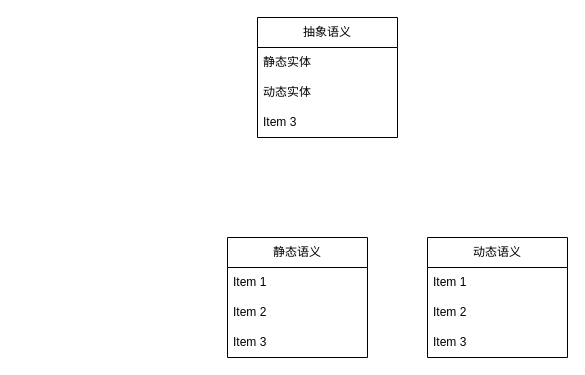
cyxm/CodeGenerator keeps this draw.io diagram as page "语义" (2 of 5) of base_model/实体和语言.drawio. Above is the earlier version. Source tidied: cells renumbered, new cells numbered last; positions are measured from the earlier drawing's top-left corner, leaving out a move shared by most shapes. Both pictures are drawn from the tidied source at 100%, with x=0, y=0 at pixel (227, 17).
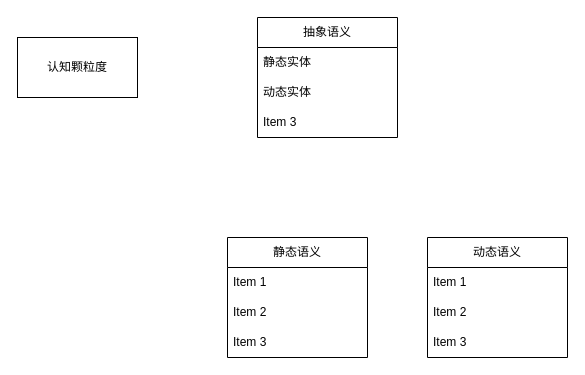
Above is the later version.

The edit, as a diff of the source:
```diff
@@
 <mxGraphModel>
   <root>
     <mxCell id="0" />
     <mxCell id="1" parent="0" />
     <mxCell id="2" value="静态语义" style="swimlane;fontStyle=0;horizontal=1;startSize=30;whiteSpace=wrap;html=1;" parent="1" vertex="1">
       <mxGeometry y="220" width="140" height="120" as="geometry" />
     </mxCell>
     <mxCell id="3" value="Item 1" style="text;strokeColor=none;fillColor=none;align=left;verticalAlign=middle;spacingLeft=4;spacingRight=4;overflow=hidden;whiteSpace=wrap;html=1;" parent="2" vertex="1">
       <mxGeometry y="30" width="140" height="30" as="geometry" />
     </mxCell>
     <mxCell id="4" value="Item 2" style="text;strokeColor=none;fillColor=none;align=left;verticalAlign=middle;spacingLeft=4;spacingRight=4;overflow=hidden;whiteSpace=wrap;html=1;" parent="2" vertex="1">
       <mxGeometry y="60" width="140" height="30" as="geometry" />
     </mxCell>
     <mxCell id="5" value="Item 3" style="text;strokeColor=none;fillColor=none;align=left;verticalAlign=middle;spacingLeft=4;spacingRight=4;overflow=hidden;whiteSpace=wrap;html=1;" parent="2" vertex="1">
       <mxGeometry y="90" width="140" height="30" as="geometry" />
     </mxCell>
     <mxCell id="6" value="动态语义" style="swimlane;fontStyle=0;horizontal=1;startSize=30;whiteSpace=wrap;html=1;" parent="1" vertex="1">
       <mxGeometry x="200" y="220" width="140" height="120" as="geometry" />
     </mxCell>
     <mxCell id="7" value="Item 1" style="text;strokeColor=none;fillColor=none;align=left;verticalAlign=middle;spacingLeft=4;spacingRight=4;overflow=hidden;whiteSpace=wrap;html=1;" parent="6" vertex="1">
       <mxGeometry y="30" width="140" height="30" as="geometry" />
     </mxCell>
     <mxCell id="8" value="Item 2" style="text;strokeColor=none;fillColor=none;align=left;verticalAlign=middle;spacingLeft=4;spacingRight=4;overflow=hidden;whiteSpace=wrap;html=1;" parent="6" vertex="1">
       <mxGeometry y="60" width="140" height="30" as="geometry" />
     </mxCell>
     <mxCell id="9" value="Item 3" style="text;strokeColor=none;fillColor=none;align=left;verticalAlign=middle;spacingLeft=4;spacingRight=4;overflow=hidden;whiteSpace=wrap;html=1;" parent="6" vertex="1">
       <mxGeometry y="90" width="140" height="30" as="geometry" />
     </mxCell>
     <mxCell id="10" value="抽象语义" style="swimlane;fontStyle=0;horizontal=1;startSize=30;whiteSpace=wrap;html=1;" parent="1" vertex="1">
       <mxGeometry x="30" width="140" height="120" as="geometry" />
     </mxCell>
     <mxCell id="11" value="静态实体" style="text;strokeColor=none;fillColor=none;align=left;verticalAlign=middle;spacingLeft=4;spacingRight=4;overflow=hidden;whiteSpace=wrap;html=1;" parent="10" vertex="1">
       <mxGeometry y="30" width="140" height="30" as="geometry" />
     </mxCell>
     <mxCell id="12" value="动态实体" style="text;strokeColor=none;fillColor=none;align=left;verticalAlign=middle;spacingLeft=4;spacingRight=4;overflow=hidden;whiteSpace=wrap;html=1;" parent="10" vertex="1">
       <mxGeometry y="60" width="140" height="30" as="geometry" />
     </mxCell>
     <mxCell id="13" value="Item 3" style="text;strokeColor=none;fillColor=none;align=left;verticalAlign=middle;spacingLeft=4;spacingRight=4;overflow=hidden;whiteSpace=wrap;html=1;" parent="10" vertex="1">
       <mxGeometry y="90" width="140" height="30" as="geometry" />
     </mxCell>
+    <mxCell id="14" value="&lt;div&gt;认知颗粒度&lt;/div&gt;" style="rounded=0;whiteSpace=wrap;html=1;" parent="1" vertex="1">
+      <mxGeometry x="-210" y="20" width="120" height="60" as="geometry" />
+    </mxCell>
   </root>
 </mxGraphModel>
```
